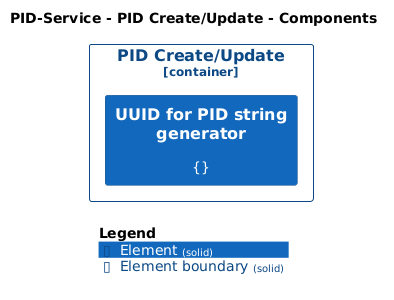
Above: master/png/Component-002.png in bingert/PID-System-C4-Model (PlantUML), before the change.
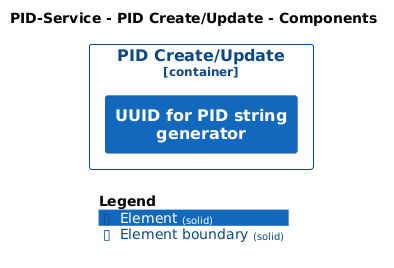
The same diagram one commit later.

The edit, as a diff of the source:
```diff
@@ -13,7 +13,7 @@
 AddBoundaryTag("Element", $bgColor="#ffffff", $borderColor="#0b4884", $fontColor="#0b4884", $shadowing="", $borderStyle="solid")
 
 Container_Boundary("PIDService.PIDCreateUpdate_boundary", "PID Create/Update", $tags="Element") {
-  Component(PIDService.PIDCreateUpdate.UUIDforPIDstringgenerator, "UUID for PID string generator", $techn="", $descr="{}", $tags="Element", $link="")
+  Component(PIDService.PIDCreateUpdate.UUIDforPIDstringgenerator, "UUID for PID string generator", $techn="", $descr="", $tags="Element", $link="")
 }
 
 
```
